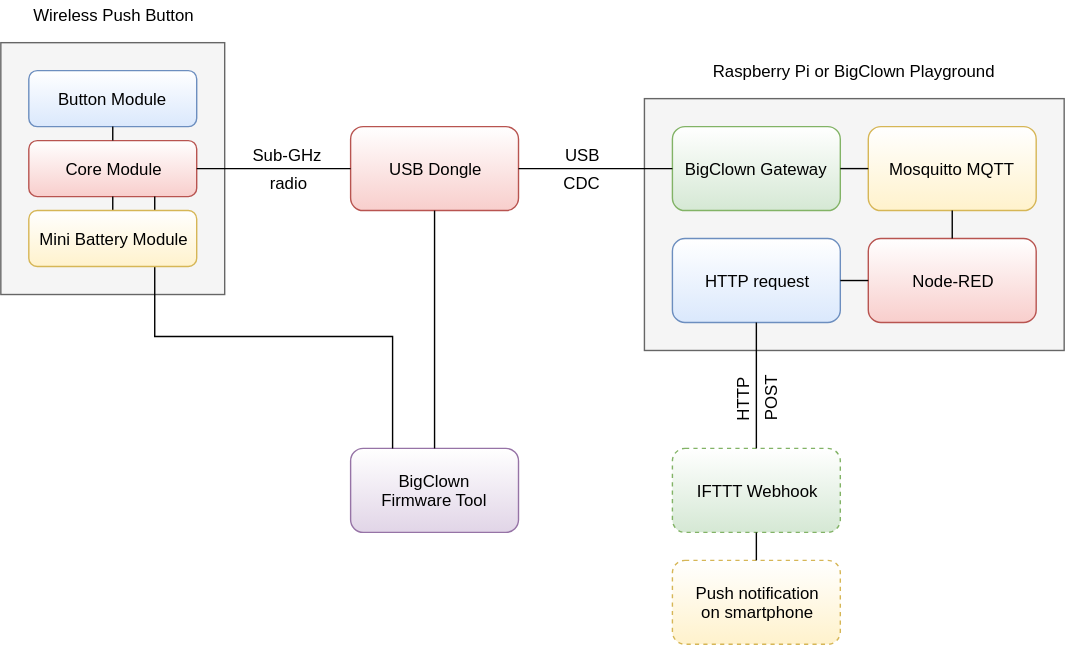
The draw.io diagram static/doc/projects/wireless-push-button/block-diagram.svg in hardwario/bc-website, before a commit. Source tidied: cells renumbered, new cells last; positions are measured from the earlier drawing's top-left corner, leaving out a move shared by most shapes.
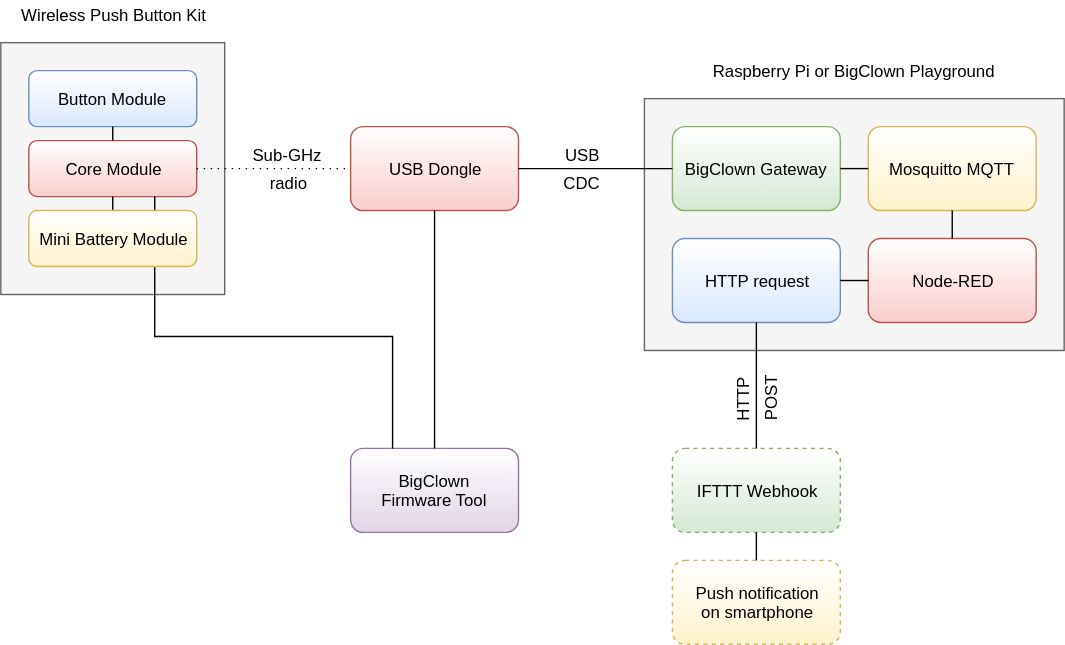
Later version of the same file.

Commit message:
Update block diagrams

The edit, as a diff of the source:
```diff
@@ -35,7 +35,7 @@
     <mxCell id="12" style="edgeStyle=orthogonalEdgeStyle;rounded=0;html=1;exitX=0.5;exitY=1;entryX=0.5;entryY=0;endArrow=none;endFill=0;jettySize=auto;" parent="1" edge="1" source="5" target="20">
       <mxGeometry relative="1" as="geometry" />
     </mxCell>
-    <mxCell id="13" style="edgeStyle=orthogonalEdgeStyle;rounded=0;html=1;exitX=1;exitY=0.5;entryX=0;entryY=0.5;endArrow=none;endFill=0;jettySize=auto;" parent="1" edge="1" source="5" target="6">
+    <mxCell id="13" style="edgeStyle=orthogonalEdgeStyle;rounded=0;html=1;exitX=1;exitY=0.5;entryX=0;entryY=0.5;endArrow=none;endFill=0;jettySize=auto;dashed=1;dashPattern=1 4;" parent="1" edge="1" source="5" target="6">
       <mxGeometry relative="1" as="geometry" />
     </mxCell>
     <mxCell id="14" style="edgeStyle=orthogonalEdgeStyle;rounded=0;html=1;exitX=1;exitY=0.5;entryX=0;entryY=0.5;endArrow=none;endFill=0;jettySize=auto;" parent="1" edge="1" source="6" target="7">
@@ -79,7 +79,7 @@
     <mxCell id="25" style="edgeStyle=orthogonalEdgeStyle;rounded=0;html=1;exitX=0.5;exitY=0;entryX=0.5;entryY=1;endArrow=none;endFill=0;jettySize=auto;" parent="1" edge="1" source="21" target="23">
       <mxGeometry relative="1" as="geometry" />
     </mxCell>
-    <mxCell id="26" value="Wireless Push Button" style="text;html=1;strokeColor=none;fillColor=none;align=center;verticalAlign=middle;whiteSpace=wrap;rounded=0;" parent="1" vertex="1">
+    <mxCell id="26" value="Wireless Push Button Kit" style="text;html=1;strokeColor=none;fillColor=none;align=center;verticalAlign=middle;whiteSpace=wrap;rounded=0;" parent="1" vertex="1">
       <mxGeometry width="160" height="20" as="geometry" />
     </mxCell>
     <mxCell id="27" value="Sub-GHz" style="text;html=1;strokeColor=none;fillColor=none;align=center;verticalAlign=middle;whiteSpace=wrap;rounded=0;" parent="1" vertex="1">
```
